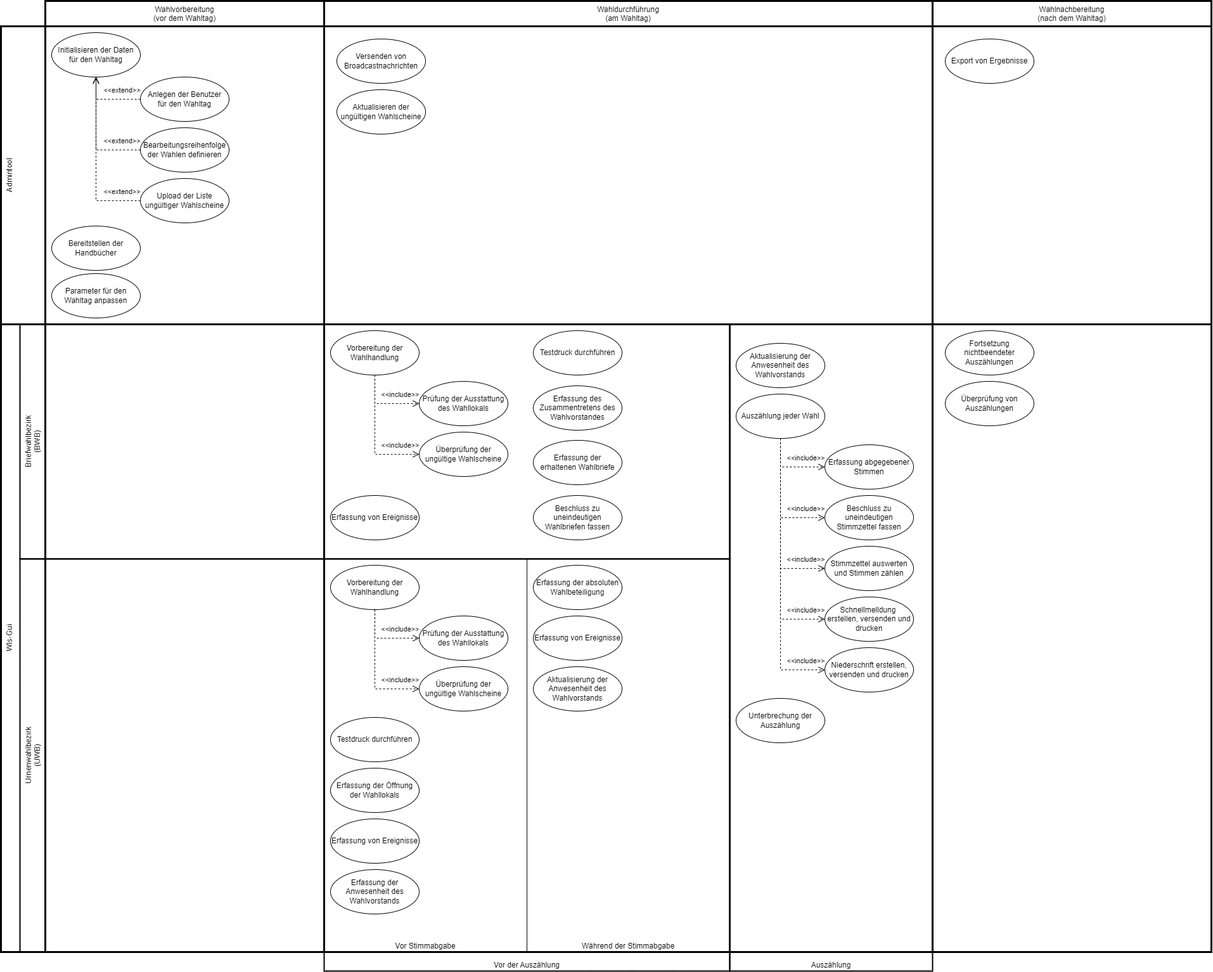
Before: docs/src/public/relationshipOfUIsToElectionProcess.drawio.png, a diagram exported from draw.io (it-at-m/Wahllokalsystem). Source tidied: cells renumbered, new cells last; positions are measured from the earlier drawing's top-left corner, leaving out a move shared by most shapes.
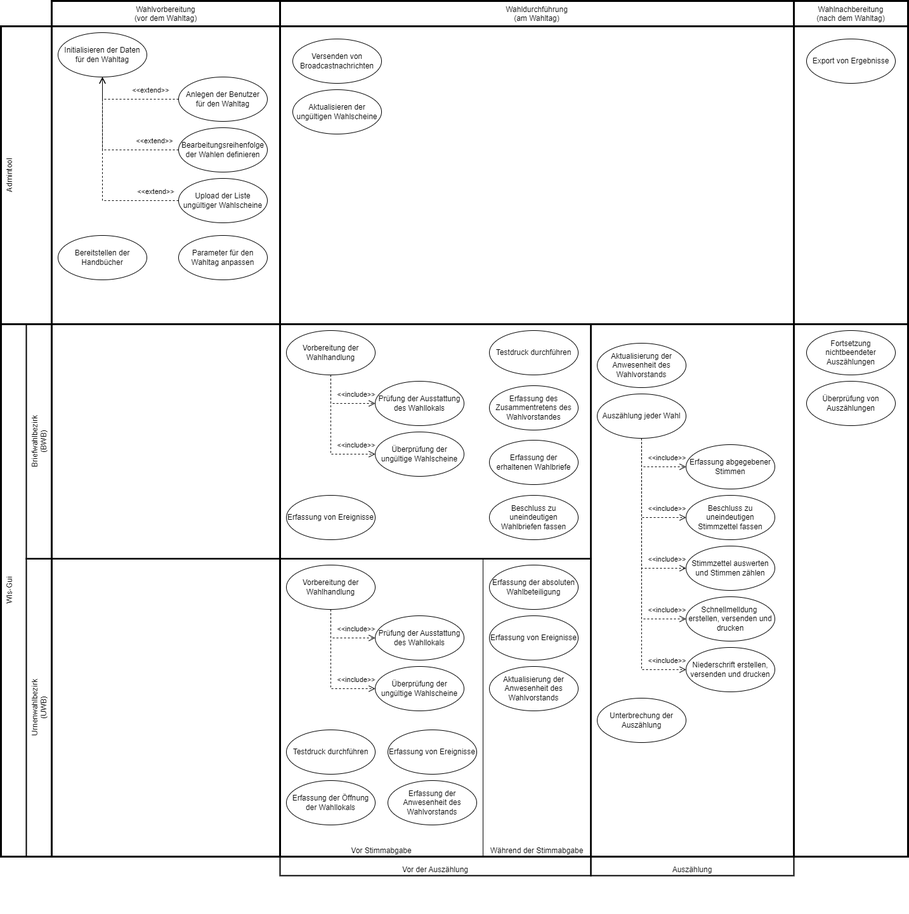
The same diagram one commit later.

Commit message:
higher zoom level and more dense ordering of elements

Change to the diagram source:
```diff
@@ -3,77 +3,38 @@
     <mxCell id="0" />
     <mxCell id="1" parent="0" />
     <mxCell id="2" value="Wahlnachbereitung&lt;br&gt;(nach dem Wahltag)" style="rounded=0;whiteSpace=wrap;html=1;labelPosition=center;verticalLabelPosition=middle;align=center;verticalAlign=top;horizontal=1;fillColor=none;strokeWidth=3;" parent="1" vertex="1">
-      <mxGeometry x="1470" width="440" height="1500" as="geometry" />
+      <mxGeometry x="1320" width="180" height="1350" as="geometry" />
     </mxCell>
     <mxCell id="3" value="Wahlvorbereitung&lt;br&gt;(vor dem Wahltag)" style="rounded=0;whiteSpace=wrap;html=1;labelPosition=center;verticalLabelPosition=middle;align=center;verticalAlign=top;horizontal=1;fillColor=none;strokeWidth=3;" parent="1" vertex="1">
-      <mxGeometry x="70" width="440" height="1500" as="geometry" />
+      <mxGeometry x="150" width="360" height="1350" as="geometry" />
     </mxCell>
     <mxCell id="4" value="Wahldurchführung&lt;br&gt;(am Wahltag)" style="rounded=0;whiteSpace=wrap;html=1;labelPosition=center;verticalLabelPosition=middle;align=center;verticalAlign=top;horizontal=1;fillColor=none;strokeWidth=3;" parent="1" vertex="1">
-      <mxGeometry x="510" width="960" height="1500" as="geometry" />
+      <mxGeometry x="510" width="810" height="1350" as="geometry" />
     </mxCell>
     <mxCell id="5" value="Wls-Gui" style="rounded=0;whiteSpace=wrap;html=1;labelPosition=center;verticalLabelPosition=middle;align=center;verticalAlign=top;horizontal=0;fillColor=none;strokeWidth=3;" parent="1" vertex="1">
-      <mxGeometry y="510" width="1910" height="990" as="geometry" />
+      <mxGeometry x="70" y="510" width="1430" height="840" as="geometry" />
     </mxCell>
     <mxCell id="6" value="Briefwahlbezirk&lt;br&gt;(BWB)" style="rounded=0;whiteSpace=wrap;html=1;labelPosition=center;verticalLabelPosition=middle;align=center;verticalAlign=top;horizontal=0;fillColor=none;strokeWidth=2;" parent="1" vertex="1">
-      <mxGeometry x="30" y="510" width="1120" height="370" as="geometry" />
+      <mxGeometry x="110" y="510" width="890" height="370" as="geometry" />
     </mxCell>
     <mxCell id="7" value="Urnenwahlbezirk&lt;br&gt;(UWB)" style="rounded=0;whiteSpace=wrap;html=1;labelPosition=center;verticalLabelPosition=middle;align=center;verticalAlign=top;horizontal=0;fillColor=none;strokeWidth=2;" parent="1" vertex="1">
-      <mxGeometry x="30" y="880" width="1120" height="620" as="geometry" />
+      <mxGeometry x="110" y="880" width="890" height="470" as="geometry" />
     </mxCell>
     <mxCell id="8" value="Vor der Auszählung" style="rounded=0;whiteSpace=wrap;html=1;labelPosition=center;verticalLabelPosition=middle;align=center;verticalAlign=bottom;horizontal=1;fillColor=none;strokeWidth=2;" parent="1" vertex="1">
-      <mxGeometry x="510" y="510" width="640" height="1020" as="geometry" />
+      <mxGeometry x="510" y="510" width="490" height="870" as="geometry" />
     </mxCell>
     <mxCell id="9" value="Auszählung" style="rounded=0;whiteSpace=wrap;html=1;labelPosition=center;verticalLabelPosition=middle;align=center;verticalAlign=bottom;horizontal=1;fillColor=none;strokeWidth=2;" parent="1" vertex="1">
-      <mxGeometry x="1150" y="510" width="320" height="1020" as="geometry" />
+      <mxGeometry x="1000" y="510" width="320" height="870" as="geometry" />
     </mxCell>
     <mxCell id="10" value="Während der Stimmabgabe" style="rounded=0;whiteSpace=wrap;html=1;labelPosition=center;verticalLabelPosition=middle;align=center;verticalAlign=bottom;horizontal=1;fillColor=none;" parent="1" vertex="1">
-      <mxGeometry x="830" y="880" width="320" height="620" as="geometry" />
+      <mxGeometry x="830" y="880" width="170" height="470" as="geometry" />
     </mxCell>
     <mxCell id="11" value="Vor Stimmabgabe" style="rounded=0;whiteSpace=wrap;html=1;labelPosition=center;verticalLabelPosition=middle;align=center;verticalAlign=bottom;horizontal=1;fillColor=none;" parent="1" vertex="1">
-      <mxGeometry x="510" y="880" width="320" height="620" as="geometry" />
+      <mxGeometry x="510" y="880" width="320" height="470" as="geometry" />
     </mxCell>
     <mxCell id="12" value="Admintool" style="rounded=0;whiteSpace=wrap;html=1;labelPosition=center;verticalLabelPosition=middle;align=center;verticalAlign=top;horizontal=0;fillColor=none;strokeWidth=3;" parent="1" vertex="1">
-      <mxGeometry y="40" width="1910" height="470" as="geometry" />
+      <mxGeometry x="70" y="40" width="1430" height="470" as="geometry" />
     </mxCell>
-    <mxCell id="13" value="Initialisieren der Daten&lt;br&gt;für den Wahltag" style="ellipse;whiteSpace=wrap;html=1;" parent="1" vertex="1">
-      <mxGeometry x="80" y="50" width="140" height="70" as="geometry" />
-    </mxCell>
-    <mxCell id="14" value="Anlegen der Benutzer&lt;br&gt;für den Wahltag" style="ellipse;whiteSpace=wrap;html=1;" parent="1" vertex="1">
-      <mxGeometry x="220" y="120" width="140" height="70" as="geometry" />
-    </mxCell>
-    <mxCell id="15" value="Bearbeitungsreihenfolge der Wahlen definieren" style="ellipse;whiteSpace=wrap;html=1;" parent="1" vertex="1">
-      <mxGeometry x="220" y="200" width="140" height="70" as="geometry" />
-    </mxCell>
-    <mxCell id="16" value="Upload der Liste ungültiger Wahlscheine" style="ellipse;whiteSpace=wrap;html=1;" parent="1" vertex="1">
-      <mxGeometry x="220" y="280" width="140" height="70" as="geometry" />
-    </mxCell>
-    <mxCell id="17" value="Bereitstellen der Handbücher" style="ellipse;whiteSpace=wrap;html=1;" parent="1" vertex="1">
-      <mxGeometry x="80" y="355" width="140" height="70" as="geometry" />
-    </mxCell>
-    <mxCell id="18" value="Parameter für den Wahltag anpassen" style="ellipse;whiteSpace=wrap;html=1;" parent="1" vertex="1">
-      <mxGeometry x="80" y="430" width="140" height="70" as="geometry" />
-    </mxCell>
-    <mxCell id="19" value="&amp;lt;&amp;lt;extend&amp;gt;&amp;gt;" style="endArrow=open;startArrow=none;endFill=0;startFill=0;endSize=8;html=1;verticalAlign=bottom;dashed=1;labelBackgroundColor=none;rounded=0;entryX=0.5;entryY=1;entryDx=0;entryDy=0;exitX=0;exitY=0.5;exitDx=0;exitDy=0;" parent="1" edge="1" source="15" target="13">
-      <mxGeometry x="-0.68" y="-5" relative="1" as="geometry">
-        <Array as="points">
-          <mxPoint x="150" y="235" />
-        </Array>
-      </mxGeometry>
-    </mxCell>
-    <mxCell id="20" value="&amp;lt;&amp;lt;extend&amp;gt;&amp;gt;" style="endArrow=open;startArrow=none;endFill=0;startFill=0;endSize=8;html=1;verticalAlign=bottom;dashed=1;labelBackgroundColor=none;rounded=0;entryX=0.5;entryY=1;entryDx=0;entryDy=0;exitX=0;exitY=0.5;exitDx=0;exitDy=0;" parent="1" edge="1" source="14" target="13">
-      <mxGeometry x="-0.43" y="-5" relative="1" as="geometry">
-        <Array as="points">
-          <mxPoint x="150" y="155" />
-        </Array>
-      </mxGeometry>
-    </mxCell>
-    <mxCell id="21" value="&amp;lt;&amp;lt;extend&amp;gt;&amp;gt;" style="endArrow=open;startArrow=none;endFill=0;startFill=0;endSize=8;html=1;verticalAlign=bottom;dashed=1;labelBackgroundColor=none;rounded=0;entryX=0.5;entryY=1;entryDx=0;entryDy=0;exitX=0;exitY=0.5;exitDx=0;exitDy=0;" parent="1" edge="1" source="16" target="13">
-      <mxGeometry x="-0.77" y="-5" relative="1" as="geometry">
-        <Array as="points">
-          <mxPoint x="150" y="315" />
-        </Array>
-      </mxGeometry>
-    </mxCell>
     <mxCell id="22" value="Versenden von Broadcastnachrichten" style="ellipse;whiteSpace=wrap;html=1;" parent="1" vertex="1">
       <mxGeometry x="530" y="60" width="140" height="70" as="geometry" />
     </mxCell>
@@ -81,7 +42,7 @@
       <mxGeometry x="530" y="140" width="140" height="70" as="geometry" />
     </mxCell>
     <mxCell id="24" value="Export von Ergebnisse" style="ellipse;whiteSpace=wrap;html=1;" parent="1" vertex="1">
-      <mxGeometry x="1490" y="60" width="140" height="70" as="geometry" />
+      <mxGeometry x="1340" y="60" width="140" height="70" as="geometry" />
     </mxCell>
     <mxCell id="25" style="group;" parent="1" vertex="1">
       <mxGeometry x="520" y="890" width="280" height="550" as="geometry" />
@@ -96,13 +57,13 @@
       <mxGeometry x="140" y="160" width="140" height="70" as="geometry" />
     </mxCell>
     <mxCell id="29" value="Erfassung der Anwesenheit des Wahlvorstands" style="ellipse;whiteSpace=wrap;html=1;" parent="25" vertex="1">
-      <mxGeometry y="480" width="140" height="70" as="geometry" />
+      <mxGeometry x="160" y="340" width="140" height="70" as="geometry" />
     </mxCell>
     <mxCell id="30" value="Erfassung der Öffnung der Wahllokals" style="ellipse;whiteSpace=wrap;html=1;" parent="25" vertex="1">
-      <mxGeometry y="320" width="140" height="70" as="geometry" />
+      <mxGeometry y="340" width="140" height="70" as="geometry" />
     </mxCell>
     <mxCell id="31" value="Erfassung von Ereignisse" style="ellipse;whiteSpace=wrap;html=1;" parent="25" vertex="1">
-      <mxGeometry y="400" width="140" height="70" as="geometry" />
+      <mxGeometry x="160" y="260" width="140" height="70" as="geometry" />
     </mxCell>
     <mxCell id="32" value="&amp;lt;&amp;lt;include&amp;gt;&amp;gt;" style="endArrow=open;startArrow=none;endFill=0;startFill=0;endSize=8;html=1;verticalAlign=bottom;dashed=1;labelBackgroundColor=none;rounded=0;entryX=0;entryY=0.5;entryDx=0;entryDy=0;exitX=0.5;exitY=1;exitDx=0;exitDy=0;" parent="25" edge="1" source="26" target="27">
       <mxGeometry x="0.48" y="5" relative="1" as="geometry">
@@ -119,7 +80,7 @@
       </mxGeometry>
     </mxCell>
     <mxCell id="34" value="Testdruck durchführen" style="ellipse;whiteSpace=wrap;html=1;" parent="25" vertex="1">
-      <mxGeometry y="240" width="140" height="70" as="geometry" />
+      <mxGeometry y="260" width="140" height="70" as="geometry" />
     </mxCell>
     <mxCell id="35" style="group;" parent="1" vertex="1">
       <mxGeometry x="840" y="890" width="140" height="230" as="geometry" />
@@ -134,7 +95,7 @@
       <mxGeometry y="160" width="140" height="70" as="geometry" />
     </mxCell>
     <mxCell id="39" style="group;" parent="1" vertex="1">
-      <mxGeometry x="1160" y="540" width="280" height="630" as="geometry" />
+      <mxGeometry x="1010" y="540" width="280" height="630" as="geometry" />
     </mxCell>
     <mxCell id="40" value="Aktualisierung der Anwesenheit des Wahlvorstands" style="ellipse;whiteSpace=wrap;html=1;" parent="39" vertex="1">
       <mxGeometry width="140" height="70" as="geometry" />
@@ -196,7 +157,7 @@
       <mxGeometry y="560" width="140" height="70" as="geometry" />
     </mxCell>
     <mxCell id="53" style="group;" parent="1" vertex="1">
-      <mxGeometry x="1490" y="520" width="140" height="150" as="geometry" />
+      <mxGeometry x="1340" y="520" width="140" height="150" as="geometry" />
     </mxCell>
     <mxCell id="54" value="Fortsetzung nichtbeendeter Auszählungen" style="ellipse;whiteSpace=wrap;html=1;" parent="53" vertex="1">
       <mxGeometry width="140" height="70" as="geometry" />
@@ -242,5 +203,47 @@
     <mxCell id="65" value="Erfassung von Ereignisse" style="ellipse;whiteSpace=wrap;html=1;" parent="1" vertex="1">
       <mxGeometry x="520" y="780" width="140" height="70" as="geometry" />
     </mxCell>
+    <mxCell id="66" style="group;" parent="1" vertex="1">
+      <mxGeometry x="160" y="50" width="330" height="390" as="geometry" />
+    </mxCell>
+    <mxCell id="13" value="Initialisieren der Daten&lt;br&gt;für den Wahltag" style="ellipse;whiteSpace=wrap;html=1;" parent="66" vertex="1">
+      <mxGeometry width="140" height="70" as="geometry" />
+    </mxCell>
+    <mxCell id="14" value="Anlegen der Benutzer&lt;br&gt;für den Wahltag" style="ellipse;whiteSpace=wrap;html=1;" parent="66" vertex="1">
+      <mxGeometry x="190" y="70" width="140" height="70" as="geometry" />
+    </mxCell>
+    <mxCell id="15" value="Bearbeitungsreihenfolge der Wahlen definieren" style="ellipse;whiteSpace=wrap;html=1;" parent="66" vertex="1">
+      <mxGeometry x="190" y="150" width="140" height="70" as="geometry" />
+    </mxCell>
+    <mxCell id="16" value="Upload der Liste ungültiger Wahlscheine" style="ellipse;whiteSpace=wrap;html=1;" parent="66" vertex="1">
+      <mxGeometry x="190" y="230" width="140" height="70" as="geometry" />
+    </mxCell>
+    <mxCell id="17" value="Bereitstellen der Handbücher" style="ellipse;whiteSpace=wrap;html=1;" parent="66" vertex="1">
+      <mxGeometry y="320" width="140" height="70" as="geometry" />
+    </mxCell>
+    <mxCell id="18" value="Parameter für den Wahltag anpassen" style="ellipse;whiteSpace=wrap;html=1;" parent="66" vertex="1">
+      <mxGeometry x="190" y="320" width="140" height="70" as="geometry" />
+    </mxCell>
+    <mxCell id="19" value="&amp;lt;&amp;lt;extend&amp;gt;&amp;gt;" style="endArrow=open;startArrow=none;endFill=0;startFill=0;endSize=8;html=1;verticalAlign=bottom;dashed=1;labelBackgroundColor=none;rounded=0;entryX=0.5;entryY=1;entryDx=0;entryDy=0;exitX=0;exitY=0.5;exitDx=0;exitDy=0;" parent="66" edge="1" source="15" target="13">
+      <mxGeometry x="-0.68" y="-5" relative="1" as="geometry">
+        <Array as="points">
+          <mxPoint x="70" y="185" />
+        </Array>
+      </mxGeometry>
+    </mxCell>
+    <mxCell id="20" value="&amp;lt;&amp;lt;extend&amp;gt;&amp;gt;" style="endArrow=open;startArrow=none;endFill=0;startFill=0;endSize=8;html=1;verticalAlign=bottom;dashed=1;labelBackgroundColor=none;rounded=0;entryX=0.5;entryY=1;entryDx=0;entryDy=0;exitX=0;exitY=0.5;exitDx=0;exitDy=0;" parent="66" edge="1" source="14" target="13">
+      <mxGeometry x="-0.43" y="-5" relative="1" as="geometry">
+        <Array as="points">
+          <mxPoint x="70" y="105" />
+        </Array>
+      </mxGeometry>
+    </mxCell>
+    <mxCell id="21" value="&amp;lt;&amp;lt;extend&amp;gt;&amp;gt;" style="endArrow=open;startArrow=none;endFill=0;startFill=0;endSize=8;html=1;verticalAlign=bottom;dashed=1;labelBackgroundColor=none;rounded=0;entryX=0.5;entryY=1;entryDx=0;entryDy=0;exitX=0;exitY=0.5;exitDx=0;exitDy=0;" parent="66" edge="1" source="16" target="13">
+      <mxGeometry x="-0.77" y="-5" relative="1" as="geometry">
+        <Array as="points">
+          <mxPoint x="70" y="265" />
+        </Array>
+      </mxGeometry>
+    </mxCell>
   </root>
 </mxGraphModel>
```
